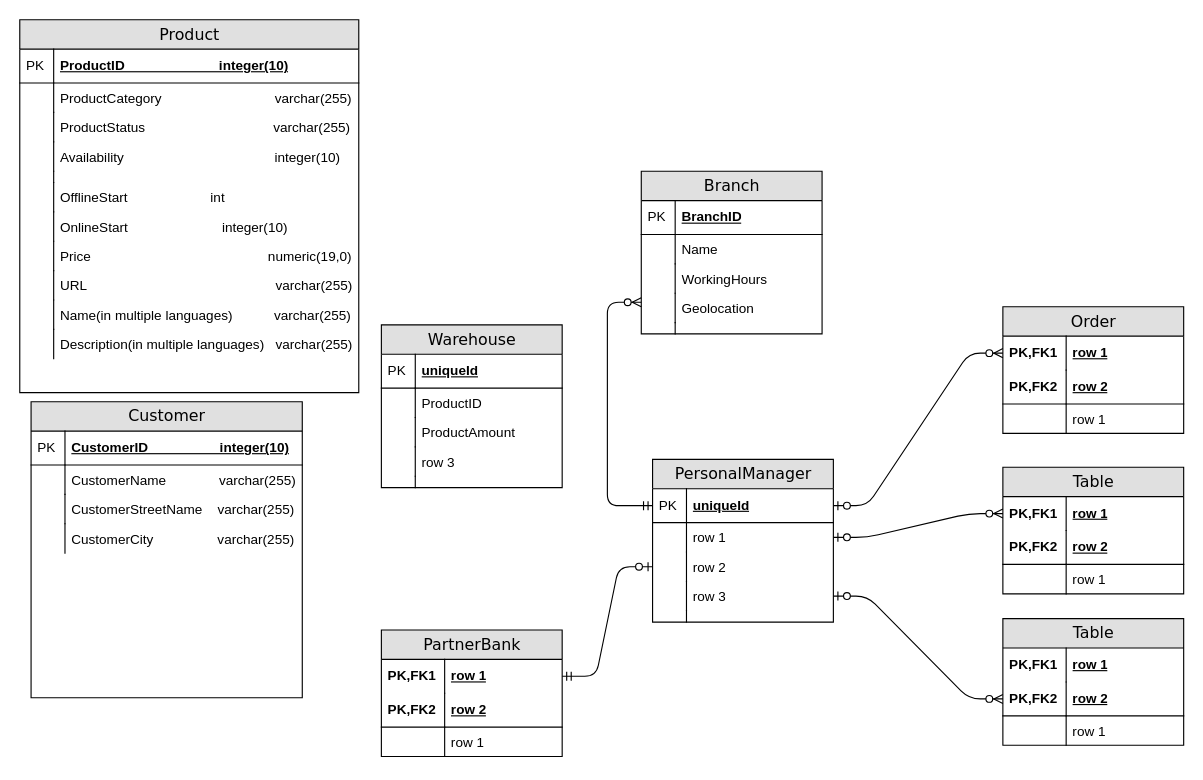
marymakayeva/Practise_project keeps this draw.io diagram as ER for bank.drawio. Above is the earlier version. Source tidied: cells renumbered, new cells numbered last; positions are measured from the earlier drawing's top-left corner, leaving out a move shared by most shapes. Both pictures are drawn from the tidied source at 113%, with x=0, y=0 at pixel (19, 19).
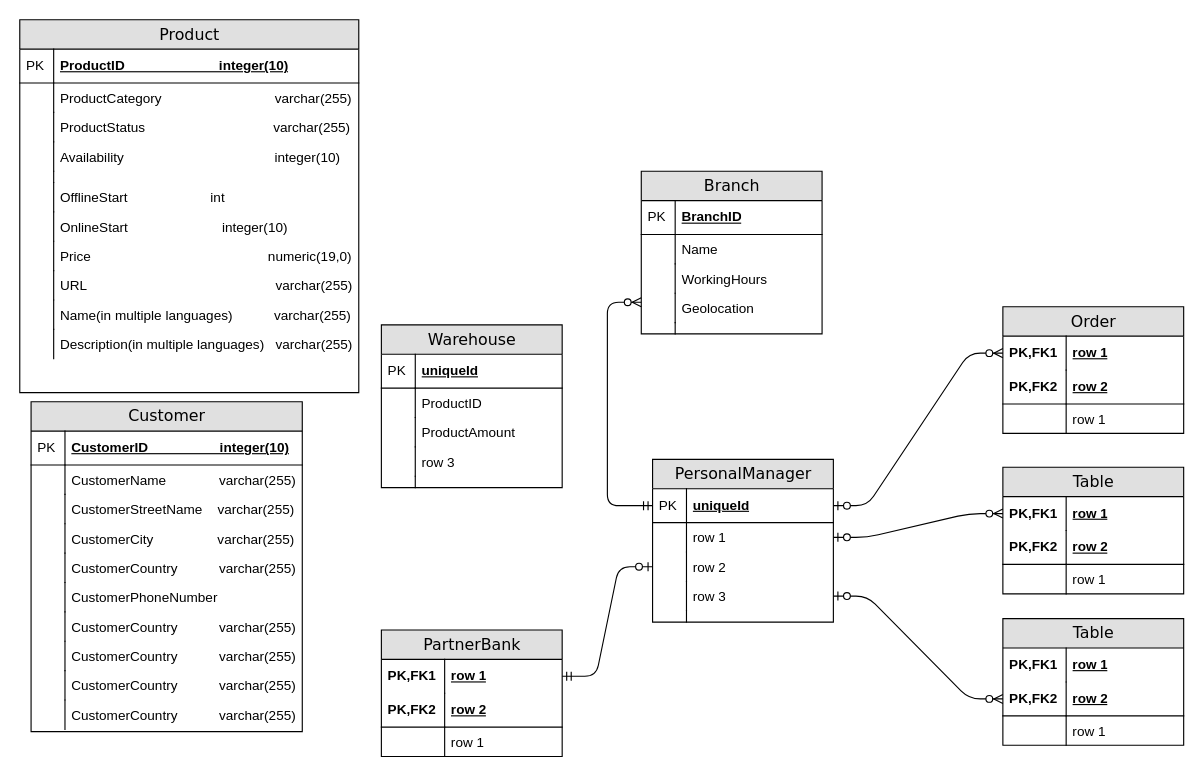
The same diagram, later.

Change to the diagram source:
```diff
@@
     <mxCell id="68" value="Customer" style="swimlane;html=1;fontStyle=0;horizontal=1;startSize=26;fillColor=#e0e0e0;swimlaneFillColor=#ffffff;align=center;rounded=0;shadow=0;comic=0;labelBackgroundColor=none;strokeWidth=1;fontFamily=Verdana;fontSize=14;" parent="1" vertex="1">
-      <mxGeometry x="10" y="338" width="240" height="262" as="geometry" />
+      <mxGeometry x="10" y="338" width="240" height="292" as="geometry" />
     </mxCell>
@@
+    <mxCell id="100" value="CustomerCountry&amp;nbsp; &amp;nbsp; &amp;nbsp; &amp;nbsp; &amp;nbsp; &amp;nbsp;varchar(255)" style="shape=partialRectangle;top=0;left=0;right=0;bottom=0;html=1;align=left;verticalAlign=top;fillColor=none;spacingLeft=34;spacingRight=4;whiteSpace=wrap;overflow=hidden;" parent="68" vertex="1">
+      <mxGeometry y="134" width="240" height="26" as="geometry" />
+    </mxCell>
+    <mxCell id="101" style="shape=partialRectangle;top=0;left=0;bottom=0;html=1;fillColor=none;align=left;verticalAlign=top;spacingLeft=4;spacingRight=4;whiteSpace=wrap;overflow=hidden;" parent="100" vertex="1">
+      <mxGeometry width="30" height="26" as="geometry" />
+    </mxCell>
+    <mxCell id="102" value="CustomerPhoneNumber&amp;nbsp;" style="shape=partialRectangle;top=0;left=0;right=0;bottom=0;html=1;align=left;verticalAlign=top;fillColor=none;spacingLeft=34;spacingRight=4;whiteSpace=wrap;overflow=hidden;" parent="68" vertex="1">
+      <mxGeometry y="160" width="240" height="26" as="geometry" />
+    </mxCell>
+    <mxCell id="103" style="shape=partialRectangle;top=0;left=0;bottom=0;html=1;fillColor=none;align=left;verticalAlign=top;spacingLeft=4;spacingRight=4;whiteSpace=wrap;overflow=hidden;" parent="102" vertex="1">
+      <mxGeometry width="30" height="26" as="geometry" />
+    </mxCell>
+    <mxCell id="104" value="CustomerCountry&amp;nbsp; &amp;nbsp; &amp;nbsp; &amp;nbsp; &amp;nbsp; &amp;nbsp;varchar(255)" style="shape=partialRectangle;top=0;left=0;right=0;bottom=0;html=1;align=left;verticalAlign=top;fillColor=none;spacingLeft=34;spacingRight=4;whiteSpace=wrap;overflow=hidden;" parent="68" vertex="1">
+      <mxGeometry y="186" width="240" height="26" as="geometry" />
+    </mxCell>
+    <mxCell id="105" style="shape=partialRectangle;top=0;left=0;bottom=0;html=1;fillColor=none;align=left;verticalAlign=top;spacingLeft=4;spacingRight=4;whiteSpace=wrap;overflow=hidden;" parent="104" vertex="1">
+      <mxGeometry width="30" height="26" as="geometry" />
+    </mxCell>
+    <mxCell id="106" value="CustomerCountry&amp;nbsp; &amp;nbsp; &amp;nbsp; &amp;nbsp; &amp;nbsp; &amp;nbsp;varchar(255)" style="shape=partialRectangle;top=0;left=0;right=0;bottom=0;html=1;align=left;verticalAlign=top;fillColor=none;spacingLeft=34;spacingRight=4;whiteSpace=wrap;overflow=hidden;" parent="68" vertex="1">
+      <mxGeometry y="212" width="240" height="26" as="geometry" />
+    </mxCell>
+    <mxCell id="107" style="shape=partialRectangle;top=0;left=0;bottom=0;html=1;fillColor=none;align=left;verticalAlign=top;spacingLeft=4;spacingRight=4;whiteSpace=wrap;overflow=hidden;" parent="106" vertex="1">
+      <mxGeometry width="30" height="26" as="geometry" />
+    </mxCell>
+    <mxCell id="108" value="CustomerCountry&amp;nbsp; &amp;nbsp; &amp;nbsp; &amp;nbsp; &amp;nbsp; &amp;nbsp;varchar(255)" style="shape=partialRectangle;top=0;left=0;right=0;bottom=0;html=1;align=left;verticalAlign=top;fillColor=none;spacingLeft=34;spacingRight=4;whiteSpace=wrap;overflow=hidden;" parent="68" vertex="1">
+      <mxGeometry y="238" width="240" height="26" as="geometry" />
+    </mxCell>
+    <mxCell id="109" style="shape=partialRectangle;top=0;left=0;bottom=0;html=1;fillColor=none;align=left;verticalAlign=top;spacingLeft=4;spacingRight=4;whiteSpace=wrap;overflow=hidden;" parent="108" vertex="1">
+      <mxGeometry width="30" height="26" as="geometry" />
+    </mxCell>
+    <mxCell id="110" value="CustomerCountry&amp;nbsp; &amp;nbsp; &amp;nbsp; &amp;nbsp; &amp;nbsp; &amp;nbsp;varchar(255)" style="shape=partialRectangle;top=0;left=0;right=0;bottom=0;html=1;align=left;verticalAlign=top;fillColor=none;spacingLeft=34;spacingRight=4;whiteSpace=wrap;overflow=hidden;" parent="68" vertex="1">
+      <mxGeometry y="264" width="240" height="26" as="geometry" />
+    </mxCell>
+    <mxCell id="111" style="shape=partialRectangle;top=0;left=0;bottom=0;html=1;fillColor=none;align=left;verticalAlign=top;spacingLeft=4;spacingRight=4;whiteSpace=wrap;overflow=hidden;" parent="110" vertex="1">
+      <mxGeometry width="30" height="26" as="geometry" />
+    </mxCell>
```
